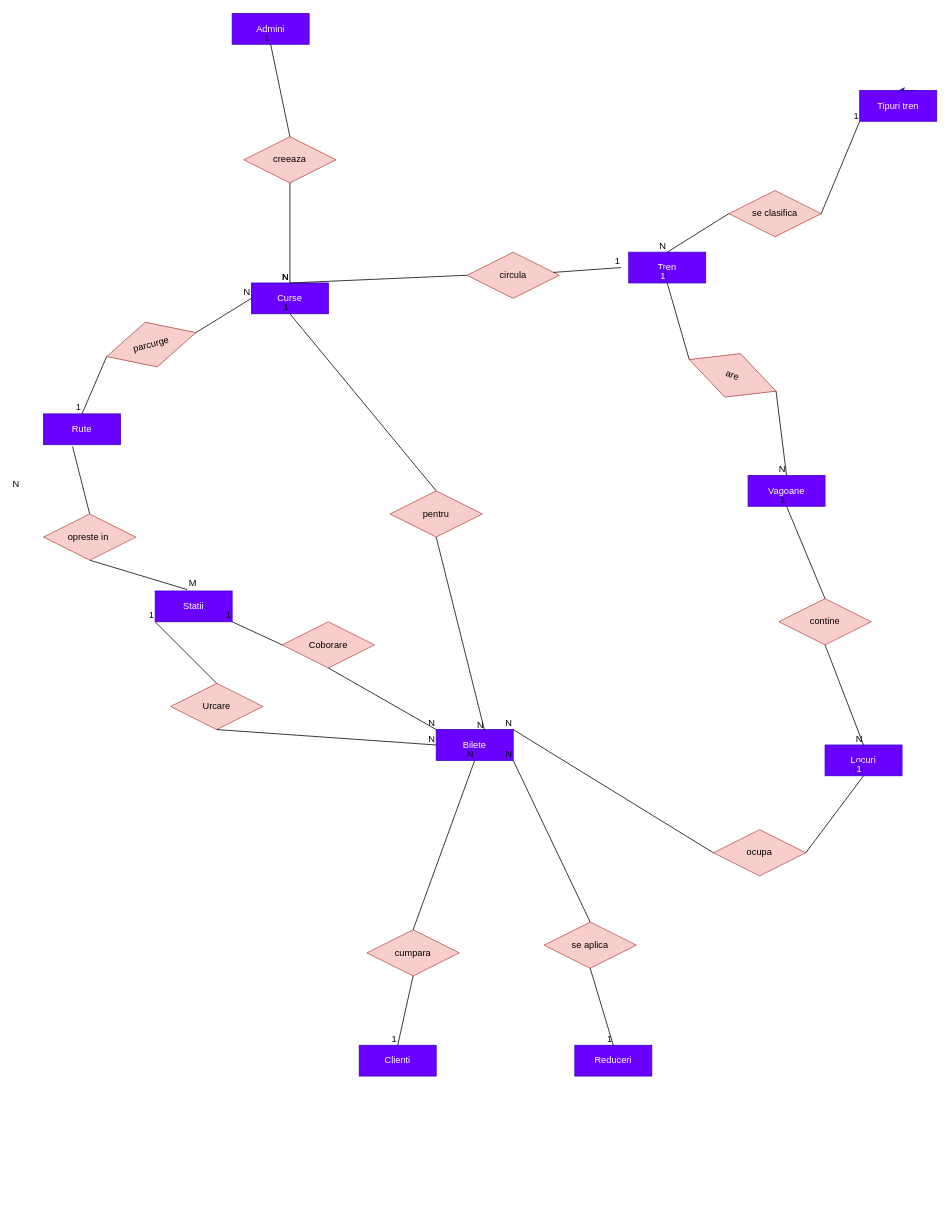
Earlier version of the draw.io diagram diagrama_er.drawio (andrasarmasi/proiect_bd). Source tidied: cells renumbered, new cells numbered last; positions are measured from the earlier drawing's top-left corner, leaving out a move shared by most shapes. Both pictures are drawn from the tidied source at 77%, with x=0, y=0 at pixel (43, 13).
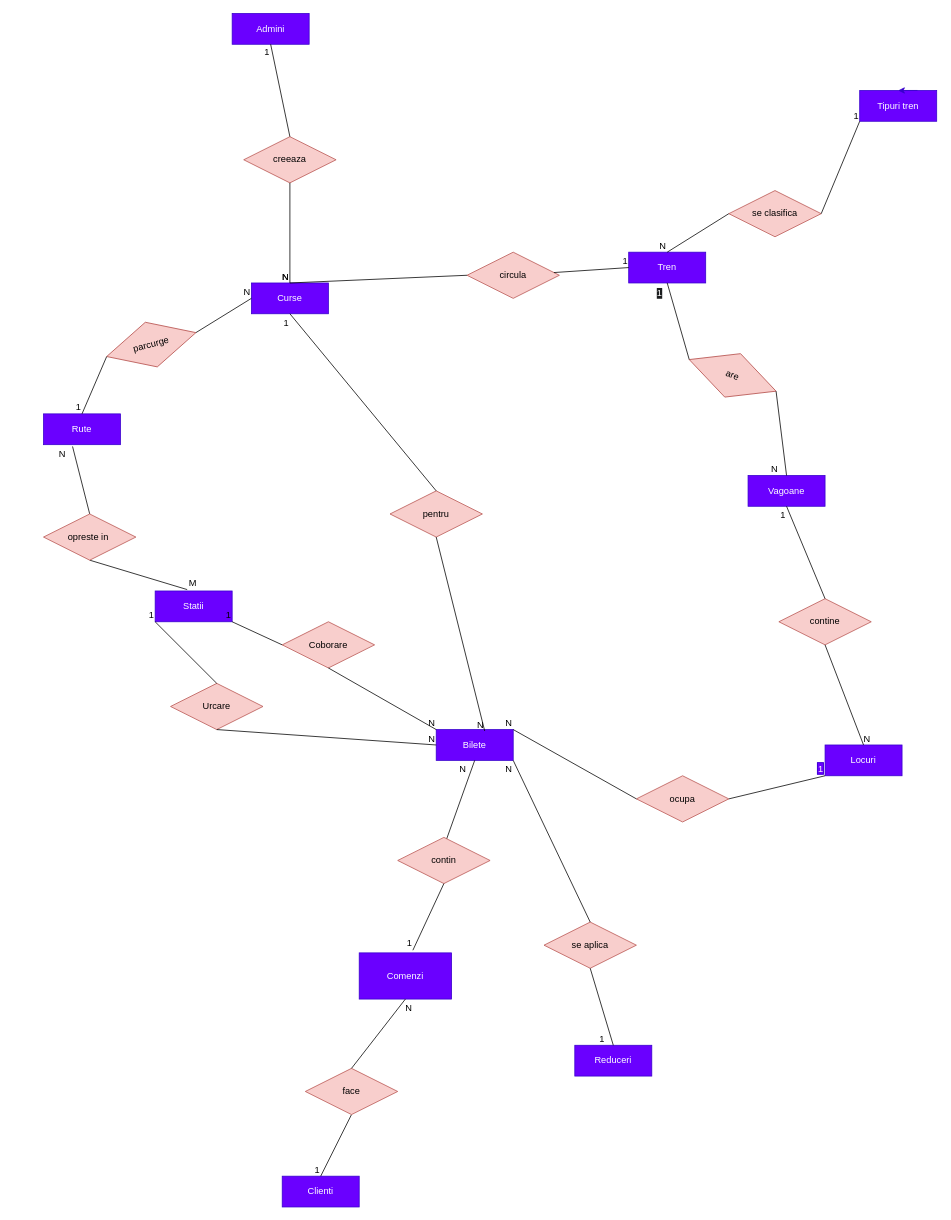
The same page after the edit.

Commit message (it also covers changes not shown here):
am facut update la document, am realizat modelul logic si am facut un update la diagrama er

The change refers to these unchanged cells:
```xml
<mxCell id="3" value="Tren" style="whiteSpace=wrap;html=1;align=center;fillColor=#6a00ff;fontColor=#ffffff;strokeColor=#3700CC;" parent="1" vertex="1">
  <mxGeometry x="760" y="310" width="100" height="40" as="geometry" />
</mxCell>
<mxCell id="7" style="endArrow=none;html=1;rounded=0;exitX=0;exitY=0.5;exitDx=0;exitDy=0;entryX=0.5;entryY=0;entryDx=0;entryDy=0;" parent="1" edge="1" source="4" target="3">
  <mxGeometry relative="1" as="geometry" />
</mxCell>
<mxCell id="12" style="endArrow=none;html=1;rounded=0;entryX=0.5;entryY=0;entryDx=0;entryDy=0;exitX=1;exitY=0.5;exitDx=0;exitDy=0;" parent="1" edge="1" source="10" target="11">
  <mxGeometry relative="1" as="geometry" />
</mxCell>
<mxCell id="14" style="endArrow=none;html=1;rounded=0;entryX=0.5;entryY=1;entryDx=0;entryDy=0;exitX=0;exitY=0.5;exitDx=0;exitDy=0;" parent="1" edge="1" source="10" target="3">
  <mxGeometry relative="1" as="geometry" />
</mxCell>
<mxCell id="17" value="Locuri" style="whiteSpace=wrap;html=1;align=center;fillColor=#6a00ff;fontColor=#ffffff;strokeColor=#3700CC;" parent="1" vertex="1">
  <mxGeometry x="1015" y="950" width="100" height="40" as="geometry" />
</mxCell>
<mxCell id="18" style="endArrow=none;html=1;rounded=0;entryX=0.5;entryY=1;entryDx=0;entryDy=0;exitX=0.5;exitY=0;exitDx=0;exitDy=0;" parent="1" edge="1" source="16" target="11">
  <mxGeometry relative="1" as="geometry" />
</mxCell>
<mxCell id="20" style="endArrow=none;html=1;rounded=0;entryX=0.5;entryY=0;entryDx=0;entryDy=0;exitX=0.5;exitY=1;exitDx=0;exitDy=0;" parent="1" edge="1" source="16" target="17">
  <mxGeometry relative="1" as="geometry" />
</mxCell>
<mxCell id="22" value="Bilete" style="whiteSpace=wrap;html=1;align=center;fillColor=#6a00ff;fontColor=#ffffff;strokeColor=#3700CC;" parent="1" vertex="1">
  <mxGeometry x="510" y="930" width="100" height="40" as="geometry" />
</mxCell>
<mxCell id="41" value="circula" style="shape=rhombus;perimeter=rhombusPerimeter;whiteSpace=wrap;html=1;align=center;fillColor=#f8cecc;strokeColor=#b85450;" parent="1" vertex="1">
  <mxGeometry x="550" y="310" width="120" height="60" as="geometry" />
</mxCell>
<mxCell id="48" style="endArrow=none;html=1;rounded=0;entryX=0.5;entryY=1;entryDx=0;entryDy=0;exitX=0.5;exitY=0;exitDx=0;exitDy=0;" parent="1" edge="1" source="47" target="42">
  <mxGeometry relative="1" as="geometry" />
</mxCell>
<mxCell id="54" style="endArrow=none;html=1;rounded=0;entryX=0.5;entryY=1;entryDx=0;entryDy=0;exitX=0.5;exitY=0;exitDx=0;exitDy=0;" parent="1" edge="1" source="52" target="53">
  <mxGeometry relative="1" as="geometry" />
</mxCell>
<mxCell id="66" style="endArrow=none;html=1;rounded=0;entryX=0.5;entryY=0;entryDx=0;entryDy=0;exitX=0.5;exitY=1;exitDx=0;exitDy=0;" parent="1" edge="1" source="64" target="65">
  <mxGeometry relative="1" as="geometry" />
</mxCell>
<mxCell id="68" style="endArrow=none;html=1;rounded=0;entryX=1;entryY=1;entryDx=0;entryDy=0;exitX=0.5;exitY=0;exitDx=0;exitDy=0;" parent="1" edge="1" source="64" target="22">
  <mxGeometry relative="1" as="geometry" />
</mxCell>
```

Change to the diagram source:
```diff
@@
     <mxCell id="9" value="N" style="html=1;whiteSpace=wrap;align=right;verticalAlign=bottom;" parent="7" vertex="1">
       <mxGeometry x="1" relative="1" as="geometry">
-        <mxPoint x="-840" y="310" as="offset" />
+        <mxPoint x="-780" y="270" as="offset" />
       </mxGeometry>
     </mxCell>
@@
     <mxCell id="13" value="N" style="html=1;whiteSpace=wrap;align=right;verticalAlign=bottom;" parent="12" vertex="1">
-      <mxGeometry x="1" relative="1" as="geometry" />
+      <mxGeometry x="1" relative="1" as="geometry">
+        <mxPoint x="-10" as="offset" />
+      </mxGeometry>
     </mxCell>
@@
-    <mxCell id="15" value="1" style="html=1;whiteSpace=wrap;align=right;verticalAlign=bottom;labelBackgroundColor=#6a00ff;fontColor=#ffffff;labelBorderColor=#3700CC;" parent="14" vertex="1">
-      <mxGeometry x="0.99" relative="1" as="geometry" />
+    <mxCell id="15" style="html=1;whiteSpace=wrap;align=right;verticalAlign=bottom;labelBackgroundColor=#6a00ff;fontColor=#ffffff;labelBorderColor=#3700CC;" parent="14" vertex="1">
+      <mxGeometry x="0.99" relative="1" as="geometry">
+        <mxPoint y="20" as="offset" />
+      </mxGeometry>
     </mxCell>
@@
     <mxCell id="19" value="1" style="html=1;whiteSpace=wrap;align=right;verticalAlign=bottom;" parent="18" vertex="1">
-      <mxGeometry x="1" relative="1" as="geometry" />
+      <mxGeometry x="1" relative="1" as="geometry">
+        <mxPoint y="20" as="offset" />
+      </mxGeometry>
     </mxCell>
@@
     <mxCell id="21" value="N" style="html=1;whiteSpace=wrap;align=right;verticalAlign=bottom;" parent="20" vertex="1">
-      <mxGeometry x="0.99" relative="1" as="geometry" />
+      <mxGeometry x="0.99" relative="1" as="geometry">
+        <mxPoint x="10" y="1" as="offset" />
+      </mxGeometry>
     </mxCell>
@@
     <mxCell id="23" value="ocupa" style="shape=rhombus;perimeter=rhombusPerimeter;whiteSpace=wrap;html=1;align=center;fillColor=#f8cecc;strokeColor=#b85450;" parent="1" vertex="1">
-      <mxGeometry x="870" y="1060" width="120" height="60" as="geometry" />
+      <mxGeometry x="770" y="990" width="120" height="60" as="geometry" />
     </mxCell>
-    <mxCell id="24" style="endArrow=none;html=1;rounded=0;entryX=0.5;entryY=1;entryDx=0;entryDy=0;exitX=1;exitY=0.5;exitDx=0;exitDy=0;" parent="1" edge="1" source="23" target="17">
+    <mxCell id="24" style="endArrow=none;html=1;rounded=0;entryX=0;entryY=1;entryDx=0;entryDy=0;exitX=1;exitY=0.5;exitDx=0;exitDy=0;" parent="1" edge="1" source="23" target="17">
       <mxGeometry relative="1" as="geometry" />
     </mxCell>
@@
-    <mxCell id="43" style="endArrow=none;html=1;rounded=0;" parent="1" edge="1" source="41">
-      <mxGeometry relative="1" as="geometry">
-        <mxPoint x="750" y="330" as="targetPoint" />
-      </mxGeometry>
+    <mxCell id="43" style="endArrow=none;html=1;rounded=0;entryX=0;entryY=0.5;entryDx=0;entryDy=0;entryPerimeter=0;" parent="1" edge="1" source="41" target="3">
+      <mxGeometry relative="1" as="geometry" />
     </mxCell>
@@
     <mxCell id="49" value="1" style="html=1;whiteSpace=wrap;align=right;verticalAlign=bottom;" parent="48" vertex="1">
-      <mxGeometry x="1" relative="1" as="geometry" />
+      <mxGeometry x="1" relative="1" as="geometry">
+        <mxPoint y="20" as="offset" />
+      </mxGeometry>
     </mxCell>
@@
     <mxCell id="55" value="1" style="html=1;whiteSpace=wrap;align=right;verticalAlign=bottom;" parent="54" vertex="1">
-      <mxGeometry x="1" relative="1" as="geometry" />
+      <mxGeometry x="1" relative="1" as="geometry">
+        <mxPoint y="19" as="offset" />
+      </mxGeometry>
     </mxCell>
@@
     <mxCell id="58" value="Clienti" style="whiteSpace=wrap;html=1;align=center;fillColor=#6a00ff;fontColor=#ffffff;strokeColor=#3700CC;" parent="1" vertex="1">
-      <mxGeometry x="410" y="1340" width="100" height="40" as="geometry" />
+      <mxGeometry x="310" y="1510" width="100" height="40" as="geometry" />
     </mxCell>
-    <mxCell id="59" value="cumpara" style="shape=rhombus;perimeter=rhombusPerimeter;whiteSpace=wrap;html=1;align=center;fillColor=#f8cecc;strokeColor=#b85450;" parent="1" vertex="1">
-      <mxGeometry x="420" y="1190" width="120" height="60" as="geometry" />
-    </mxCell>
-    <mxCell id="60" style="endArrow=none;html=1;rounded=0;entryX=0.5;entryY=0;entryDx=0;entryDy=0;exitX=0.5;exitY=1;exitDx=0;exitDy=0;" parent="1" edge="1" source="59" target="58">
+    <mxCell id="60" style="endArrow=none;html=1;rounded=0;entryX=0.5;entryY=0;entryDx=0;entryDy=0;exitX=0.5;exitY=1;exitDx=0;exitDy=0;" parent="1" edge="1" source="81" target="58">
       <mxGeometry relative="1" as="geometry" />
     </mxCell>
     <mxCell id="61" value="1" style="html=1;whiteSpace=wrap;align=right;verticalAlign=bottom;" parent="60" vertex="1">
-      <mxGeometry x="1" relative="1" as="geometry" />
+      <mxGeometry x="0.99" relative="1" as="geometry" />
     </mxCell>
-    <mxCell id="62" style="endArrow=none;html=1;rounded=0;entryX=0.5;entryY=1;entryDx=0;entryDy=0;exitX=0.5;exitY=0;exitDx=0;exitDy=0;" parent="1" edge="1" source="59" target="22">
-      <mxGeometry relative="1" as="geometry" />
+    <mxCell id="62" style="endArrow=none;html=1;rounded=0;entryX=0.5;entryY=1;entryDx=0;entryDy=0;" parent="1" edge="1" target="22">
+      <mxGeometry relative="1" as="geometry">
+        <mxPoint x="510" y="1110" as="sourcePoint" />
+      </mxGeometry>
     </mxCell>
     <mxCell id="63" value="N" style="html=1;whiteSpace=wrap;align=right;verticalAlign=bottom;" parent="62" vertex="1">
-      <mxGeometry x="1" relative="1" as="geometry" />
+      <mxGeometry x="1" relative="1" as="geometry">
+        <mxPoint x="-10" y="20" as="offset" />
+      </mxGeometry>
     </mxCell>
@@
     <mxCell id="67" value="1" style="html=1;whiteSpace=wrap;align=right;verticalAlign=bottom;" parent="66" vertex="1">
-      <mxGeometry x="1" relative="1" as="geometry" />
+      <mxGeometry x="1" relative="1" as="geometry">
+        <mxPoint x="-10" as="offset" />
+      </mxGeometry>
     </mxCell>
@@
     <mxCell id="69" value="N" style="html=1;whiteSpace=wrap;align=right;verticalAlign=bottom;" parent="68" vertex="1">
-      <mxGeometry x="1" relative="1" as="geometry" />
+      <mxGeometry x="1" relative="1" as="geometry">
+        <mxPoint y="19" as="offset" />
+      </mxGeometry>
     </mxCell>
@@
+    <mxCell id="80" value="Comenzi" style="rounded=0;whiteSpace=wrap;html=1;fillColor=#6a00ff;fontColor=#ffffff;strokeColor=#3700CC;" parent="1" vertex="1">
+      <mxGeometry x="410" y="1220" width="120" height="60" as="geometry" />
+    </mxCell>
+    <mxCell id="81" value="face" style="shape=rhombus;perimeter=rhombusPerimeter;whiteSpace=wrap;html=1;align=center;fillColor=#f8cecc;strokeColor=#b85450;" parent="1" vertex="1">
+      <mxGeometry x="340" y="1370" width="120" height="60" as="geometry" />
+    </mxCell>
+    <mxCell id="82" style="endArrow=none;html=1;rounded=0;defaultLabelBackgroundColor=page;entryX=0.5;entryY=1;entryDx=0;entryDy=0;exitX=0.5;exitY=0;exitDx=0;exitDy=0;" parent="1" edge="1" source="81" target="80">
+      <mxGeometry relative="1" as="geometry" />
+    </mxCell>
+    <mxCell id="83" value="N" style="html=1;whiteSpace=wrap;align=right;verticalAlign=bottom;" parent="82" vertex="1">
+      <mxGeometry x="1" relative="1" as="geometry">
+        <mxPoint x="10" y="20" as="offset" />
+      </mxGeometry>
+    </mxCell>
+    <mxCell id="84" value="contin" style="shape=rhombus;perimeter=rhombusPerimeter;whiteSpace=wrap;html=1;align=center;fillColor=#f8cecc;strokeColor=#b85450;" parent="1" vertex="1">
+      <mxGeometry x="460" y="1070" width="120" height="60" as="geometry" />
+    </mxCell>
+    <mxCell id="85" style="endArrow=none;html=1;rounded=0;defaultLabelBackgroundColor=page;entryX=0.581;entryY=-0.057;entryDx=0;entryDy=0;entryPerimeter=0;exitX=0.5;exitY=1;exitDx=0;exitDy=0;" parent="1" edge="1" source="84" target="80">
+      <mxGeometry relative="1" as="geometry" />
+    </mxCell>
+    <mxCell id="86" value="1" style="html=1;whiteSpace=wrap;align=right;verticalAlign=bottom;" parent="85" vertex="1">
+      <mxGeometry x="1" relative="1" as="geometry" />
+    </mxCell>
+    <mxCell id="87" value="&lt;span style=&quot;color: rgb(255, 255, 255); font-family: Helvetica; font-size: 12px; font-style: normal; font-variant-ligatures: normal; font-variant-caps: normal; font-weight: 400; letter-spacing: normal; orphans: 2; text-align: right; text-indent: 0px; text-transform: none; widows: 2; word-spacing: 0px; -webkit-text-stroke-width: 0px; white-space: nowrap; background-color: rgb(27, 29, 30); text-decoration-thickness: initial; text-decoration-style: initial; text-decoration-color: initial; display: inline !important; float: none;&quot;&gt;1&lt;/span&gt;" style="text;whiteSpace=wrap;html=1;" parent="1" vertex="1">
+      <mxGeometry x="795" y="350" width="40" height="40" as="geometry" />
+    </mxCell>
```
